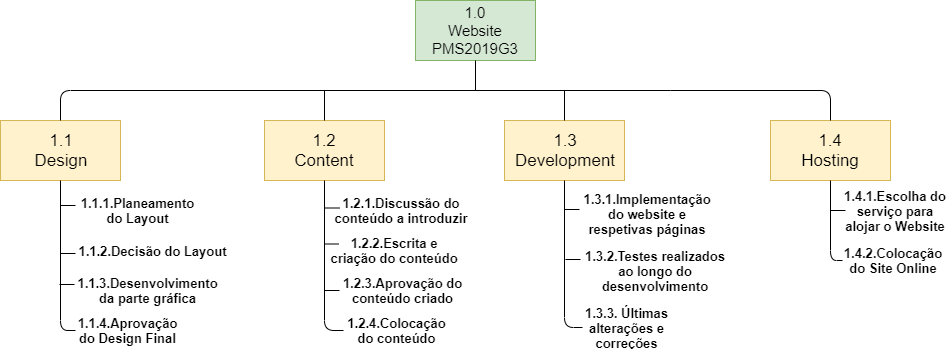
Before: Public/img/WBS.png, a diagram exported from draw.io (PedroSousa97/PMS2019G3). Source tidied: cells renumbered, new cells last; positions are measured from the earlier drawing's top-left corner, leaving out a move shared by most shapes.
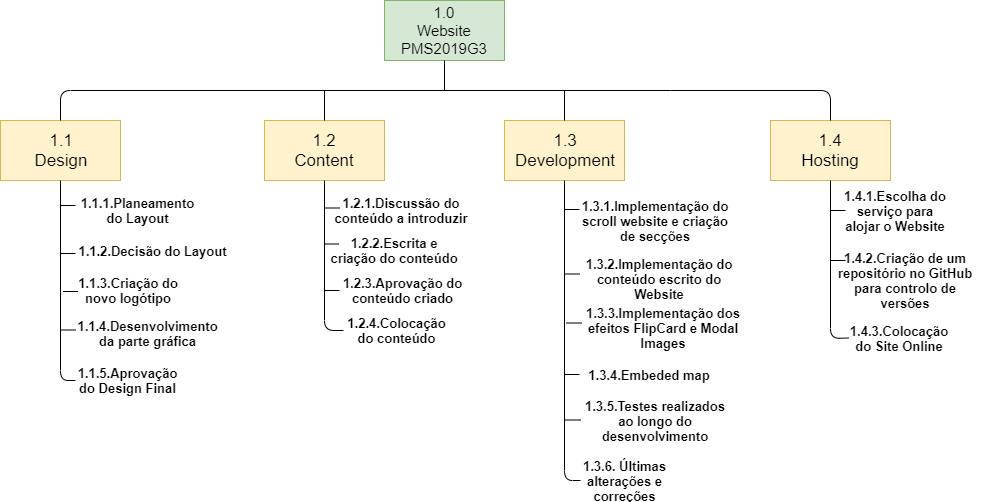
The same file after the commit.

Change to the diagram source:
```diff
@@ -3,7 +3,7 @@
     <mxCell id="0" />
     <mxCell id="1" parent="0" />
     <mxCell id="2" value="&lt;font style=&quot;font-size: 15px&quot;&gt;1.0&lt;br&gt;Website&lt;br&gt;PMS2019G3&lt;/font&gt;" style="rounded=0;whiteSpace=wrap;html=1;fillColor=#d5e8d4;strokeColor=#82b366;" parent="1" vertex="1">
-      <mxGeometry x="415" width="120" height="60" as="geometry" />
+      <mxGeometry x="384" width="120" height="60" as="geometry" />
     </mxCell>
     <mxCell id="3" value="&lt;font style=&quot;font-size: 17px&quot;&gt;1.1&lt;br&gt;Design&lt;/font&gt;" style="rounded=0;whiteSpace=wrap;html=1;fillColor=#fff2cc;strokeColor=#d6b656;" parent="1" vertex="1">
       <mxGeometry y="120" width="120" height="60" as="geometry" />
@@ -17,73 +17,73 @@
     <mxCell id="6" value="&lt;font style=&quot;font-size: 17px&quot;&gt;1.4&lt;br&gt;Hosting&lt;/font&gt;" style="rounded=0;whiteSpace=wrap;html=1;fillColor=#fff2cc;strokeColor=#d6b656;" parent="1" vertex="1">
       <mxGeometry x="770" y="120" width="120" height="60" as="geometry" />
     </mxCell>
-    <mxCell id="7" style="endArrow=none;html=1;entryX=0.5;entryY=0;entryDx=0;entryDy=0;" parent="1" edge="1" target="3">
-      <mxGeometry relative="1" as="geometry">
-        <mxPoint x="670" y="90" as="sourcePoint" />
-        <Array as="points">
-          <mxPoint x="60" y="90" />
-        </Array>
-      </mxGeometry>
-    </mxCell>
-    <mxCell id="8" style="endArrow=none;html=1;exitX=0.5;exitY=1;exitDx=0;exitDy=0;" parent="1" edge="1" source="2">
-      <mxGeometry relative="1" as="geometry">
-        <mxPoint x="475" y="90" as="targetPoint" />
-      </mxGeometry>
-    </mxCell>
-    <mxCell id="9" style="endArrow=none;html=1;entryX=0.5;entryY=0;entryDx=0;entryDy=0;" parent="1" edge="1" target="4">
-      <mxGeometry relative="1" as="geometry">
-        <mxPoint x="324" y="90" as="sourcePoint" />
-      </mxGeometry>
-    </mxCell>
-    <mxCell id="10" style="endArrow=none;html=1;exitX=0.5;exitY=0;exitDx=0;exitDy=0;" parent="1" edge="1" source="6">
-      <mxGeometry relative="1" as="geometry">
-        <mxPoint x="670" y="90" as="targetPoint" />
-        <Array as="points">
-          <mxPoint x="830" y="90" />
-        </Array>
-      </mxGeometry>
-    </mxCell>
-    <mxCell id="11" style="endArrow=none;html=1;entryX=0.5;entryY=0;entryDx=0;entryDy=0;" parent="1" edge="1" target="5">
-      <mxGeometry relative="1" as="geometry">
-        <mxPoint x="564" y="90" as="sourcePoint" />
-      </mxGeometry>
-    </mxCell>
+    <mxCell id="38" style="endArrow=none;html=1;entryX=0.5;entryY=0;entryDx=0;entryDy=0;" parent="1" edge="1" target="3">
+      <mxGeometry relative="1" as="geometry">
+        <mxPoint x="670" y="90" as="sourcePoint" />
+        <Array as="points">
+          <mxPoint x="60" y="90" />
+        </Array>
+      </mxGeometry>
+    </mxCell>
+    <mxCell id="39" style="endArrow=none;html=1;exitX=0.5;exitY=1;exitDx=0;exitDy=0;" parent="1" edge="1" source="2">
+      <mxGeometry relative="1" as="geometry">
+        <mxPoint x="444" y="90" as="targetPoint" />
+      </mxGeometry>
+    </mxCell>
+    <mxCell id="40" style="endArrow=none;html=1;entryX=0.5;entryY=0;entryDx=0;entryDy=0;" parent="1" edge="1" target="4">
+      <mxGeometry relative="1" as="geometry">
+        <mxPoint x="324" y="90" as="sourcePoint" />
+      </mxGeometry>
+    </mxCell>
+    <mxCell id="41" style="endArrow=none;html=1;exitX=0.5;exitY=0;exitDx=0;exitDy=0;" parent="1" edge="1" source="6">
+      <mxGeometry relative="1" as="geometry">
+        <mxPoint x="670" y="90" as="targetPoint" />
+        <Array as="points">
+          <mxPoint x="830" y="90" />
+        </Array>
+      </mxGeometry>
+    </mxCell>
+    <mxCell id="42" style="endArrow=none;html=1;entryX=0.5;entryY=0;entryDx=0;entryDy=0;" parent="1" edge="1" target="5">
+      <mxGeometry relative="1" as="geometry">
+        <mxPoint x="564" y="90" as="sourcePoint" />
+      </mxGeometry>
+    </mxCell>
     <mxCell id="12" value="&lt;font style=&quot;font-size: 13px&quot;&gt;1.1.1.Planeamento do Layout&lt;/font&gt;" style="text;html=1;strokeColor=none;fillColor=none;align=center;verticalAlign=middle;whiteSpace=wrap;rounded=0;fontStyle=1;" parent="1" vertex="1">
       <mxGeometry x="75" y="200" width="125" height="20" as="geometry" />
     </mxCell>
-    <mxCell id="13" value="&lt;font style=&quot;font-size: 13px&quot;&gt;1.1.3.Desenvolvimento da parte gráfica&lt;/font&gt;" style="text;html=1;strokeColor=none;fillColor=none;align=center;verticalAlign=middle;whiteSpace=wrap;rounded=0;fontStyle=1;" parent="1" vertex="1">
-      <mxGeometry x="75" y="280" width="145" height="20" as="geometry" />
-    </mxCell>
+    <mxCell id="43" value="&lt;font style=&quot;font-size: 13px&quot;&gt;1.1.4.Desenvolvimento da parte gráfica&lt;/font&gt;" style="text;html=1;strokeColor=none;fillColor=none;align=center;verticalAlign=middle;whiteSpace=wrap;rounded=0;fontStyle=1;" parent="1" vertex="1">
+      <mxGeometry x="75" y="323" width="145" height="20" as="geometry" />
+    </mxCell>
     <mxCell id="14" value="&lt;span style=&quot;font-size: 13px ; text-align: left ; white-space: nowrap&quot;&gt;1.1.2.Decisão do Layout&lt;/span&gt;" style="text;html=1;strokeColor=none;fillColor=none;align=center;verticalAlign=middle;whiteSpace=wrap;rounded=0;fontStyle=1;" parent="1" vertex="1">
       <mxGeometry x="75" y="240" width="155" height="20" as="geometry" />
     </mxCell>
-    <mxCell id="15" value="&lt;font style=&quot;font-size: 13px&quot;&gt;1.1.4.Aprovação do Design Final&lt;/font&gt;" style="text;html=1;strokeColor=none;fillColor=none;align=center;verticalAlign=middle;whiteSpace=wrap;rounded=0;fontStyle=1;" parent="1" vertex="1">
-      <mxGeometry x="75" y="320" width="105" height="20" as="geometry" />
-    </mxCell>
-    <mxCell id="16" style="endArrow=none;html=1;entryX=0.5;entryY=1;entryDx=0;entryDy=0;exitX=0;exitY=0.5;exitDx=0;exitDy=0;" parent="1" edge="1" source="15" target="3">
-      <mxGeometry relative="1" as="geometry">
-        <Array as="points">
-          <mxPoint x="60" y="330" />
-        </Array>
-      </mxGeometry>
-    </mxCell>
-    <mxCell id="17" style="endArrow=none;html=1;exitX=0;exitY=0.25;exitDx=0;exitDy=0;" parent="1" edge="1" source="12">
-      <mxGeometry relative="1" as="geometry">
-        <mxPoint x="60" y="205" as="targetPoint" />
-      </mxGeometry>
-    </mxCell>
-    <mxCell id="18" style="endArrow=none;html=1;exitX=0;exitY=0.25;exitDx=0;exitDy=0;" parent="1" edge="1">
-      <mxGeometry relative="1" as="geometry">
-        <mxPoint x="75" y="253" as="sourcePoint" />
-        <mxPoint x="60" y="253" as="targetPoint" />
-      </mxGeometry>
-    </mxCell>
-    <mxCell id="19" style="endArrow=none;html=1;exitX=0;exitY=0.25;exitDx=0;exitDy=0;" parent="1" edge="1">
-      <mxGeometry relative="1" as="geometry">
-        <mxPoint x="74" y="284" as="sourcePoint" />
-        <mxPoint x="59" y="284" as="targetPoint" />
-      </mxGeometry>
-    </mxCell>
+    <mxCell id="44" value="&lt;font style=&quot;font-size: 13px&quot;&gt;1.1.5.Aprovação do Design Final&lt;/font&gt;" style="text;html=1;strokeColor=none;fillColor=none;align=center;verticalAlign=middle;whiteSpace=wrap;rounded=0;fontStyle=1;" parent="1" vertex="1">
+      <mxGeometry x="75" y="370" width="105" height="20" as="geometry" />
+    </mxCell>
+    <mxCell id="45" style="endArrow=none;html=1;entryX=0.5;entryY=1;entryDx=0;entryDy=0;exitX=0;exitY=0.5;exitDx=0;exitDy=0;" parent="1" edge="1" source="44" target="3">
+      <mxGeometry relative="1" as="geometry">
+        <Array as="points">
+          <mxPoint x="60" y="380" />
+        </Array>
+      </mxGeometry>
+    </mxCell>
+    <mxCell id="46" style="endArrow=none;html=1;exitX=0;exitY=0.25;exitDx=0;exitDy=0;" parent="1" edge="1" source="12">
+      <mxGeometry relative="1" as="geometry">
+        <mxPoint x="60" y="205" as="targetPoint" />
+      </mxGeometry>
+    </mxCell>
+    <mxCell id="47" style="endArrow=none;html=1;exitX=0;exitY=0.25;exitDx=0;exitDy=0;" parent="1" edge="1">
+      <mxGeometry relative="1" as="geometry">
+        <mxPoint x="75" y="253" as="sourcePoint" />
+        <mxPoint x="60" y="253" as="targetPoint" />
+      </mxGeometry>
+    </mxCell>
+    <mxCell id="48" style="endArrow=none;html=1;exitX=0;exitY=0.25;exitDx=0;exitDy=0;" parent="1" edge="1">
+      <mxGeometry relative="1" as="geometry">
+        <mxPoint x="75" y="329.5" as="sourcePoint" />
+        <mxPoint x="60" y="329.5" as="targetPoint" />
+      </mxGeometry>
+    </mxCell>
     <mxCell id="20" value="&lt;font style=&quot;font-size: 13px&quot;&gt;1.2.1.Discussão do conteúdo a introduzir&lt;/font&gt;" style="text;html=1;strokeColor=none;fillColor=none;align=center;verticalAlign=middle;whiteSpace=wrap;rounded=0;fontStyle=1;" parent="1" vertex="1">
       <mxGeometry x="332" y="200" width="138" height="20" as="geometry" />
     </mxCell>
@@ -103,70 +103,115 @@
         </Array>
       </mxGeometry>
     </mxCell>
-    <mxCell id="25" style="endArrow=none;html=1;exitX=0;exitY=0.25;exitDx=0;exitDy=0;" parent="1" edge="1">
-      <mxGeometry relative="1" as="geometry">
-        <mxPoint x="339" y="207.5" as="sourcePoint" />
-        <mxPoint x="324" y="207.5" as="targetPoint" />
-      </mxGeometry>
-    </mxCell>
-    <mxCell id="26" style="endArrow=none;html=1;exitX=0;exitY=0.25;exitDx=0;exitDy=0;" parent="1" edge="1">
-      <mxGeometry relative="1" as="geometry">
-        <mxPoint x="338.5" y="243.5" as="sourcePoint" />
-        <mxPoint x="323.5" y="243.5" as="targetPoint" />
-      </mxGeometry>
-    </mxCell>
-    <mxCell id="27" style="endArrow=none;html=1;exitX=0;exitY=0.25;exitDx=0;exitDy=0;" parent="1" edge="1">
-      <mxGeometry relative="1" as="geometry">
-        <mxPoint x="339" y="290" as="sourcePoint" />
-        <mxPoint x="324" y="290" as="targetPoint" />
-      </mxGeometry>
-    </mxCell>
-    <mxCell id="28" value="&lt;font style=&quot;font-size: 13px&quot;&gt;1.3.1.Implementação do website e respetivas páginas&lt;/font&gt;" style="text;html=1;strokeColor=none;fillColor=none;align=center;verticalAlign=middle;whiteSpace=wrap;rounded=0;fontStyle=1;" parent="1" vertex="1">
-      <mxGeometry x="576.5" y="203.5" width="140" height="20" as="geometry" />
-    </mxCell>
-    <mxCell id="29" value="&lt;font style=&quot;font-size: 13px&quot;&gt;1.3.2.Testes realizados ao longo do desenvolvimento&lt;/font&gt;" style="text;html=1;strokeColor=none;fillColor=none;align=center;verticalAlign=middle;whiteSpace=wrap;rounded=0;fontStyle=1;" parent="1" vertex="1">
-      <mxGeometry x="580" y="260" width="150" height="20" as="geometry" />
-    </mxCell>
-    <mxCell id="30" value="&lt;font style=&quot;font-size: 13px&quot;&gt;1.3.3. Últimas alterações e correções&lt;/font&gt;" style="text;html=1;strokeColor=none;fillColor=none;align=center;verticalAlign=middle;whiteSpace=wrap;rounded=0;fontStyle=1;" parent="1" vertex="1">
-      <mxGeometry x="582" y="317" width="89" height="20" as="geometry" />
-    </mxCell>
-    <mxCell id="31" style="endArrow=none;html=1;entryX=0.5;entryY=1;entryDx=0;entryDy=0;exitX=0;exitY=0.5;exitDx=0;exitDy=0;" parent="1" edge="1" source="30" target="5">
-      <mxGeometry relative="1" as="geometry">
-        <Array as="points">
-          <mxPoint x="564" y="327" />
-        </Array>
-      </mxGeometry>
-    </mxCell>
-    <mxCell id="32" style="endArrow=none;html=1;exitX=0;exitY=0.25;exitDx=0;exitDy=0;" parent="1" edge="1">
-      <mxGeometry relative="1" as="geometry">
-        <mxPoint x="579" y="209" as="sourcePoint" />
-        <mxPoint x="564" y="209" as="targetPoint" />
-      </mxGeometry>
-    </mxCell>
-    <mxCell id="33" style="endArrow=none;html=1;exitX=0;exitY=0.25;exitDx=0;exitDy=0;" parent="1" edge="1">
-      <mxGeometry relative="1" as="geometry">
-        <mxPoint x="580" y="259" as="sourcePoint" />
-        <mxPoint x="565" y="259" as="targetPoint" />
-      </mxGeometry>
-    </mxCell>
+    <mxCell id="49" style="endArrow=none;html=1;exitX=0;exitY=0.25;exitDx=0;exitDy=0;" parent="1" edge="1">
+      <mxGeometry relative="1" as="geometry">
+        <mxPoint x="339" y="207.5" as="sourcePoint" />
+        <mxPoint x="324" y="207.5" as="targetPoint" />
+      </mxGeometry>
+    </mxCell>
+    <mxCell id="50" style="endArrow=none;html=1;exitX=0;exitY=0.25;exitDx=0;exitDy=0;" parent="1" edge="1">
+      <mxGeometry relative="1" as="geometry">
+        <mxPoint x="338.5" y="243.5" as="sourcePoint" />
+        <mxPoint x="323.5" y="243.5" as="targetPoint" />
+      </mxGeometry>
+    </mxCell>
+    <mxCell id="51" style="endArrow=none;html=1;exitX=0;exitY=0.25;exitDx=0;exitDy=0;" parent="1" edge="1">
+      <mxGeometry relative="1" as="geometry">
+        <mxPoint x="339" y="290" as="sourcePoint" />
+        <mxPoint x="324" y="290" as="targetPoint" />
+      </mxGeometry>
+    </mxCell>
+    <mxCell id="52" value="&lt;font style=&quot;font-size: 13px&quot;&gt;1.3.1.Implementação do scroll website e criação de secções&lt;/font&gt;" style="text;html=1;strokeColor=none;fillColor=none;align=center;verticalAlign=middle;whiteSpace=wrap;rounded=0;fontStyle=1;" parent="1" vertex="1">
+      <mxGeometry x="573" y="210" width="164" height="20" as="geometry" />
+    </mxCell>
+    <mxCell id="53" value="&lt;font style=&quot;font-size: 13px&quot;&gt;1.3.5.Testes realizados ao longo do desenvolvimento&lt;/font&gt;" style="text;html=1;strokeColor=none;fillColor=none;align=center;verticalAlign=middle;whiteSpace=wrap;rounded=0;fontStyle=1;" parent="1" vertex="1">
+      <mxGeometry x="580" y="410" width="150" height="20" as="geometry" />
+    </mxCell>
+    <mxCell id="54" value="&lt;font style=&quot;font-size: 13px&quot;&gt;1.3.6. Últimas alterações e correções&lt;/font&gt;" style="text;html=1;strokeColor=none;fillColor=none;align=center;verticalAlign=middle;whiteSpace=wrap;rounded=0;fontStyle=1;" parent="1" vertex="1">
+      <mxGeometry x="580" y="470" width="89" height="20" as="geometry" />
+    </mxCell>
+    <mxCell id="55" style="endArrow=none;html=1;entryX=0.5;entryY=1;entryDx=0;entryDy=0;exitX=0;exitY=0.5;exitDx=0;exitDy=0;" parent="1" edge="1" source="54" target="5">
+      <mxGeometry relative="1" as="geometry">
+        <Array as="points">
+          <mxPoint x="564" y="480" />
+        </Array>
+      </mxGeometry>
+    </mxCell>
+    <mxCell id="56" style="endArrow=none;html=1;exitX=0;exitY=0.25;exitDx=0;exitDy=0;" parent="1" edge="1">
+      <mxGeometry relative="1" as="geometry">
+        <mxPoint x="579" y="209" as="sourcePoint" />
+        <mxPoint x="564" y="209" as="targetPoint" />
+      </mxGeometry>
+    </mxCell>
+    <mxCell id="57" style="endArrow=none;html=1;exitX=0;exitY=0.25;exitDx=0;exitDy=0;" parent="1" edge="1">
+      <mxGeometry relative="1" as="geometry">
+        <mxPoint x="580" y="419.5" as="sourcePoint" />
+        <mxPoint x="565" y="419.5" as="targetPoint" />
+      </mxGeometry>
+    </mxCell>
     <mxCell id="34" value="&lt;font style=&quot;font-size: 13px&quot;&gt;1.4.1.Escolha do serviço para alojar o Website&lt;/font&gt;" style="text;html=1;strokeColor=none;fillColor=none;align=center;verticalAlign=middle;whiteSpace=wrap;rounded=0;fontStyle=1;" parent="1" vertex="1">
       <mxGeometry x="840" y="200" width="110" height="20" as="geometry" />
     </mxCell>
-    <mxCell id="35" value="&lt;font style=&quot;font-size: 13px&quot;&gt;1.4.2.Colocação do Site Online&lt;/font&gt;" style="text;html=1;strokeColor=none;fillColor=none;align=center;verticalAlign=middle;whiteSpace=wrap;rounded=0;fontStyle=1;" parent="1" vertex="1">
-      <mxGeometry x="842" y="250" width="102" height="20" as="geometry" />
-    </mxCell>
-    <mxCell id="36" style="endArrow=none;html=1;entryX=0.5;entryY=1;entryDx=0;entryDy=0;exitX=0;exitY=0.5;exitDx=0;exitDy=0;" parent="1" edge="1" source="35" target="6">
-      <mxGeometry relative="1" as="geometry">
-        <Array as="points">
-          <mxPoint x="830" y="260" />
-        </Array>
-      </mxGeometry>
-    </mxCell>
-    <mxCell id="37" style="endArrow=none;html=1;exitX=0;exitY=0.25;exitDx=0;exitDy=0;" parent="1" edge="1">
-      <mxGeometry relative="1" as="geometry">
-        <mxPoint x="845" y="210" as="sourcePoint" />
-        <mxPoint x="830" y="210" as="targetPoint" />
-      </mxGeometry>
-    </mxCell>
+    <mxCell id="58" value="&lt;font style=&quot;font-size: 13px&quot;&gt;1.4.3.Colocação do Site Online&lt;/font&gt;" style="text;html=1;strokeColor=none;fillColor=none;align=center;verticalAlign=middle;whiteSpace=wrap;rounded=0;fontStyle=1;" parent="1" vertex="1">
+      <mxGeometry x="848" y="327.5" width="102" height="20" as="geometry" />
+    </mxCell>
+    <mxCell id="59" style="endArrow=none;html=1;entryX=0.5;entryY=1;entryDx=0;entryDy=0;exitX=0;exitY=0.5;exitDx=0;exitDy=0;" parent="1" edge="1" source="58" target="6">
+      <mxGeometry relative="1" as="geometry">
+        <Array as="points">
+          <mxPoint x="830" y="338" />
+        </Array>
+      </mxGeometry>
+    </mxCell>
+    <mxCell id="60" style="endArrow=none;html=1;exitX=0;exitY=0.25;exitDx=0;exitDy=0;" parent="1" edge="1">
+      <mxGeometry relative="1" as="geometry">
+        <mxPoint x="845" y="210" as="sourcePoint" />
+        <mxPoint x="830" y="210" as="targetPoint" />
+      </mxGeometry>
+    </mxCell>
+    <mxCell id="61" value="&lt;font size=&quot;1&quot;&gt;&lt;b style=&quot;font-size: 13px&quot;&gt;1.1.3.Criação do novo logótipo&lt;/b&gt;&lt;/font&gt;" style="text;html=1;strokeColor=none;fillColor=none;align=center;verticalAlign=middle;whiteSpace=wrap;rounded=0;" parent="1" vertex="1">
+      <mxGeometry x="62.5" y="280" width="130" height="20" as="geometry" />
+    </mxCell>
+    <mxCell id="62" style="endArrow=none;html=1;exitX=0;exitY=0.25;exitDx=0;exitDy=0;" parent="1" edge="1">
+      <mxGeometry relative="1" as="geometry">
+        <mxPoint x="77.5" y="291" as="sourcePoint" />
+        <mxPoint x="62.5" y="291" as="targetPoint" />
+      </mxGeometry>
+    </mxCell>
+    <mxCell id="63" value="&lt;font style=&quot;font-size: 13px&quot;&gt;&lt;b&gt;1.3.2.Implementação do conteúdo escrito do Website&lt;/b&gt;&lt;/font&gt;" style="text;html=1;strokeColor=none;fillColor=none;align=center;verticalAlign=middle;whiteSpace=wrap;rounded=0;" parent="1" vertex="1">
+      <mxGeometry x="584" y="268" width="150" height="20" as="geometry" />
+    </mxCell>
+    <mxCell id="64" value="&lt;b&gt;&lt;font style=&quot;font-size: 13px&quot;&gt;1.3.3.Implementação dos efeitos FlipCard e Modal Images&lt;/font&gt;&lt;/b&gt;" style="text;html=1;strokeColor=none;fillColor=none;align=center;verticalAlign=middle;whiteSpace=wrap;rounded=0;" parent="1" vertex="1">
+      <mxGeometry x="573" y="317.5" width="180" height="20" as="geometry" />
+    </mxCell>
+    <mxCell id="65" style="endArrow=none;html=1;exitX=0;exitY=0.25;exitDx=0;exitDy=0;" parent="1" edge="1">
+      <mxGeometry relative="1" as="geometry">
+        <mxPoint x="579" y="273.5" as="sourcePoint" />
+        <mxPoint x="564" y="273.5" as="targetPoint" />
+      </mxGeometry>
+    </mxCell>
+    <mxCell id="66" style="endArrow=none;html=1;exitX=0;exitY=0.25;exitDx=0;exitDy=0;" parent="1" edge="1">
+      <mxGeometry relative="1" as="geometry">
+        <mxPoint x="581" y="322.5" as="sourcePoint" />
+        <mxPoint x="566" y="322.5" as="targetPoint" />
+      </mxGeometry>
+    </mxCell>
+    <mxCell id="67" value="&lt;b&gt;&lt;font style=&quot;font-size: 13px&quot;&gt;1.3.4.Embeded map&lt;/font&gt;&lt;/b&gt;" style="text;html=1;strokeColor=none;fillColor=none;align=center;verticalAlign=middle;whiteSpace=wrap;rounded=0;" parent="1" vertex="1">
+      <mxGeometry x="584" y="364" width="130" height="20" as="geometry" />
+    </mxCell>
+    <mxCell id="68" style="endArrow=none;html=1;exitX=0;exitY=0.25;exitDx=0;exitDy=0;" parent="1" edge="1">
+      <mxGeometry relative="1" as="geometry">
+        <mxPoint x="579" y="374" as="sourcePoint" />
+        <mxPoint x="564" y="374" as="targetPoint" />
+      </mxGeometry>
+    </mxCell>
+    <mxCell id="69" value="&lt;b&gt;&lt;font style=&quot;font-size: 13px&quot;&gt;1.4.2.Criação de um repositório no GitHub para controlo de versões&lt;/font&gt;&lt;/b&gt;" style="text;html=1;strokeColor=none;fillColor=none;align=center;verticalAlign=middle;whiteSpace=wrap;rounded=0;" parent="1" vertex="1">
+      <mxGeometry x="830" y="270" width="150" height="20" as="geometry" />
+    </mxCell>
+    <mxCell id="70" style="endArrow=none;html=1;exitX=0;exitY=0.25;exitDx=0;exitDy=0;" parent="1" edge="1">
+      <mxGeometry relative="1" as="geometry">
+        <mxPoint x="845" y="260" as="sourcePoint" />
+        <mxPoint x="830" y="260" as="targetPoint" />
+      </mxGeometry>
+    </mxCell>
   </root>
 </mxGraphModel>
```
